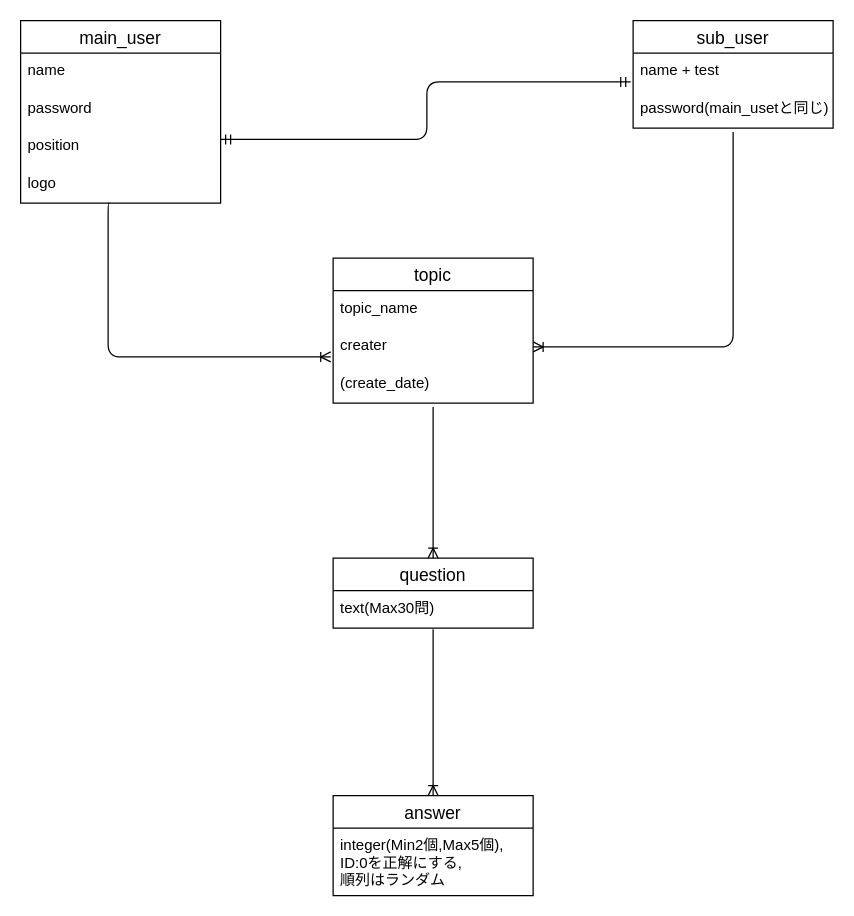
hotchoco25/select-test keeps this draw.io diagram as select_test.dio. Above is the earlier version. Source tidied: cells renumbered, new cells numbered last; positions are measured from the earlier drawing's top-left corner, leaving out a move shared by most shapes. Both pictures are drawn from the tidied source at 125%, with x=0, y=0 at pixel (20, 20).
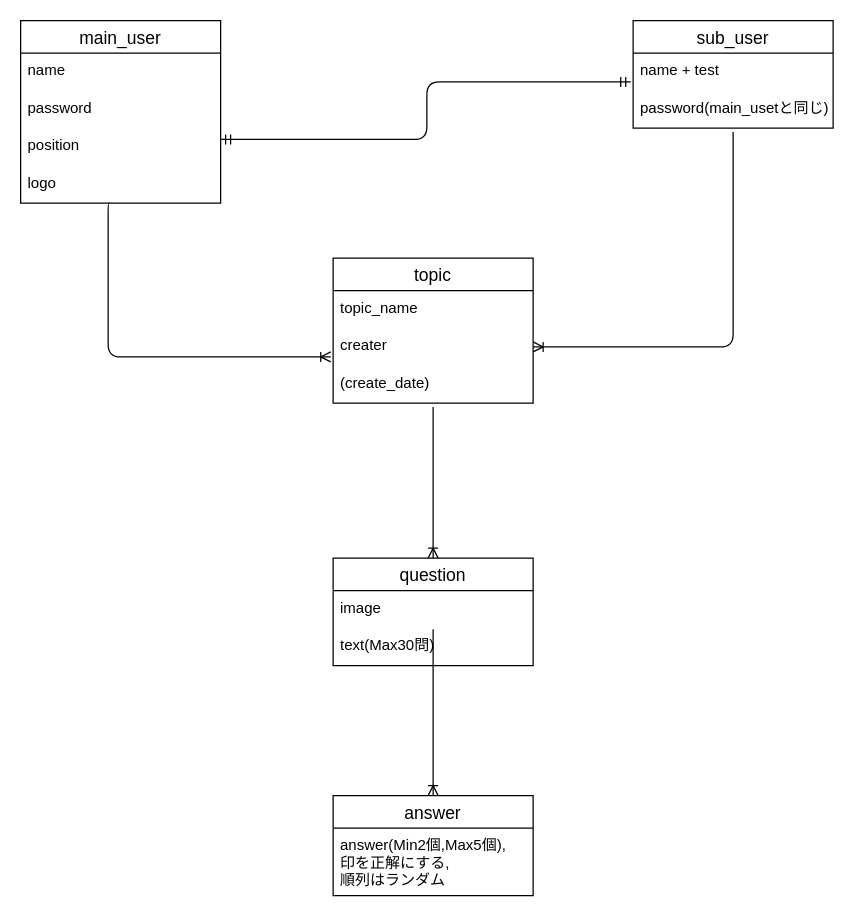
The same diagram, later.

The change refers to these unchanged cells:
```xml
<mxCell id="17" value="answer" style="swimlane;fontStyle=0;horizontal=1;startSize=26;align=center;fontSize=14;" parent="1" vertex="1">
  <mxGeometry x="250" y="620" width="160" height="80" as="geometry" />
</mxCell>
```

The edit, as a diff of the source:
```diff
@@
     <mxCell id="15" value="question" style="swimlane;fontStyle=0;horizontal=1;startSize=26;align=center;fontSize=14;" parent="1" vertex="1">
-      <mxGeometry x="250" y="430" width="160" height="56" as="geometry" />
+      <mxGeometry x="250" y="430" width="160" height="86" as="geometry" />
     </mxCell>
-    <mxCell id="16" value="text(Max30問)" style="text;strokeColor=none;fillColor=none;spacingLeft=4;spacingRight=4;overflow=hidden;points=[[0,0.5],[1,0.5]];portConstraint=eastwest;fontSize=12;" parent="15" vertex="1">
+    <mxCell id="16" value="image" style="text;strokeColor=none;fillColor=none;spacingLeft=4;spacingRight=4;overflow=hidden;points=[[0,0.5],[1,0.5]];portConstraint=eastwest;fontSize=12;" parent="15" vertex="1">
       <mxGeometry y="26" width="160" height="30" as="geometry" />
     </mxCell>
+    <mxCell id="23" value="text(Max30問)" style="text;strokeColor=none;fillColor=none;spacingLeft=4;spacingRight=4;overflow=hidden;fontSize=12;" parent="15" vertex="1">
+      <mxGeometry y="56" width="160" height="30" as="geometry" />
+    </mxCell>
@@
-    <mxCell id="18" value="integer(Min2個,Max5個),&#10;ID:0を正解にする,&#10;順列はランダム" style="text;strokeColor=none;fillColor=none;spacingLeft=4;spacingRight=4;overflow=hidden;fontSize=12;" parent="17" vertex="1">
+    <mxCell id="18" value="answer(Min2個,Max5個),&#10;印を正解にする,&#10;順列はランダム" style="text;strokeColor=none;fillColor=none;spacingLeft=4;spacingRight=4;overflow=hidden;fontSize=12;" parent="17" vertex="1">
       <mxGeometry y="26" width="160" height="54" as="geometry" />
     </mxCell>
```
